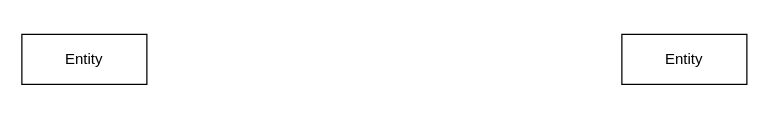
rebeccajanuario/MER keeps this draw.io diagram as modelorelacional.drawio. Above is the earlier version. Source tidied: cells renumbered, new cells numbered last; positions are measured from the earlier drawing's top-left corner, leaving out a move shared by most shapes. Both pictures are drawn from the tidied source at 125%, with x=0, y=0 at pixel (21, 34).
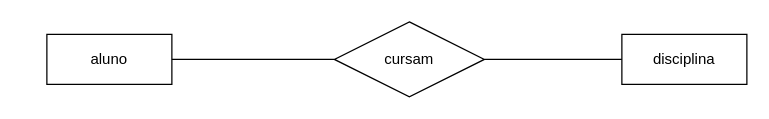
The same diagram, later.

Diff of the diagram source:
```diff
@@
 <mxGraphModel>
   <root>
     <mxCell id="0" />
     <mxCell id="1" parent="0" />
-    <mxCell id="2" value="Entity" style="whiteSpace=wrap;html=1;align=center;" parent="1" vertex="1">
-      <mxGeometry width="100" height="40" as="geometry" />
+    <mxCell id="2" value="aluno" style="whiteSpace=wrap;html=1;align=center;" parent="1" vertex="1">
+      <mxGeometry x="20" width="100" height="40" as="geometry" />
     </mxCell>
-    <mxCell id="3" value="Entity" style="whiteSpace=wrap;html=1;align=center;" parent="1" vertex="1">
+    <mxCell id="3" value="disciplina" style="whiteSpace=wrap;html=1;align=center;" parent="1" vertex="1">
       <mxGeometry x="480" width="100" height="40" as="geometry" />
     </mxCell>
+    <mxCell id="4" value="cursam" style="shape=rhombus;perimeter=rhombusPerimeter;whiteSpace=wrap;html=1;align=center;" parent="1" vertex="1">
+      <mxGeometry x="250" y="-10" width="120" height="60" as="geometry" />
+    </mxCell>
+    <mxCell id="5" style="endArrow=none;html=1;rounded=0;" parent="1" edge="1">
+      <mxGeometry relative="1" as="geometry">
+        <mxPoint x="120" y="20" as="sourcePoint" />
+        <mxPoint x="250" y="20" as="targetPoint" />
+      </mxGeometry>
+    </mxCell>
+    <mxCell id="6" style="endArrow=none;html=1;rounded=0;exitX=1;exitY=0.5;exitDx=0;exitDy=0;" parent="1" edge="1" source="4">
+      <mxGeometry relative="1" as="geometry">
+        <mxPoint x="480" y="20" as="targetPoint" />
+      </mxGeometry>
+    </mxCell>
   </root>
 </mxGraphModel>
```
